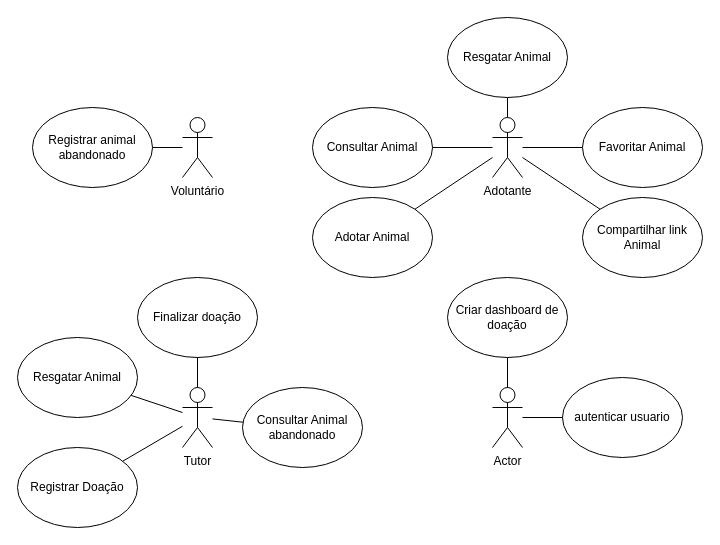
The draw.io diagram diagrama de caso de uso.drawio in JoaoGans/DRAW.tcc, before the edit. Source tidied: cells renumbered, new cells numbered last; positions are measured from the earlier drawing's top-left corner, leaving out a move shared by most shapes. Both pictures are drawn from the tidied source at 100%, with x=0, y=0 at pixel (17, 17).
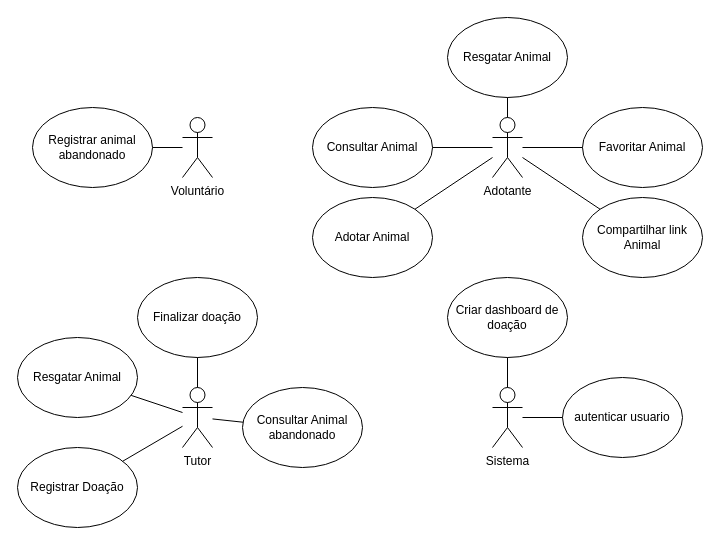
The same page after the edit.

The edit, as a diff of the source:
```diff
@@
-    <mxCell id="25" value="Actor" style="shape=umlActor;verticalLabelPosition=bottom;verticalAlign=top;html=1;outlineConnect=0;" parent="1" vertex="1">
+    <mxCell id="25" value="Sistema" style="shape=umlActor;verticalLabelPosition=bottom;verticalAlign=top;html=1;outlineConnect=0;" parent="1" vertex="1">
       <mxGeometry x="475" y="370" width="30" height="60" as="geometry" />
     </mxCell>
```
